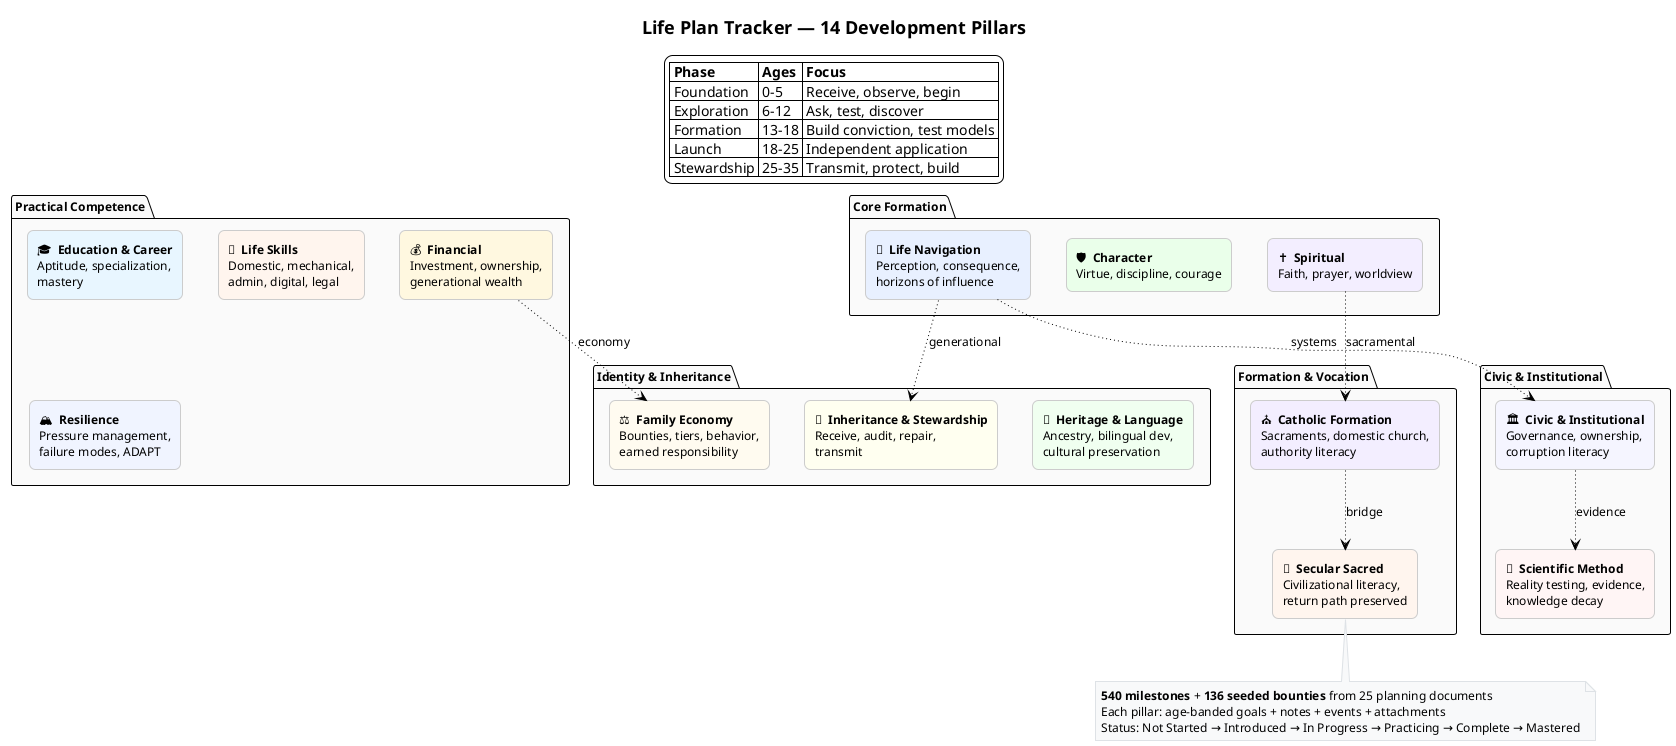
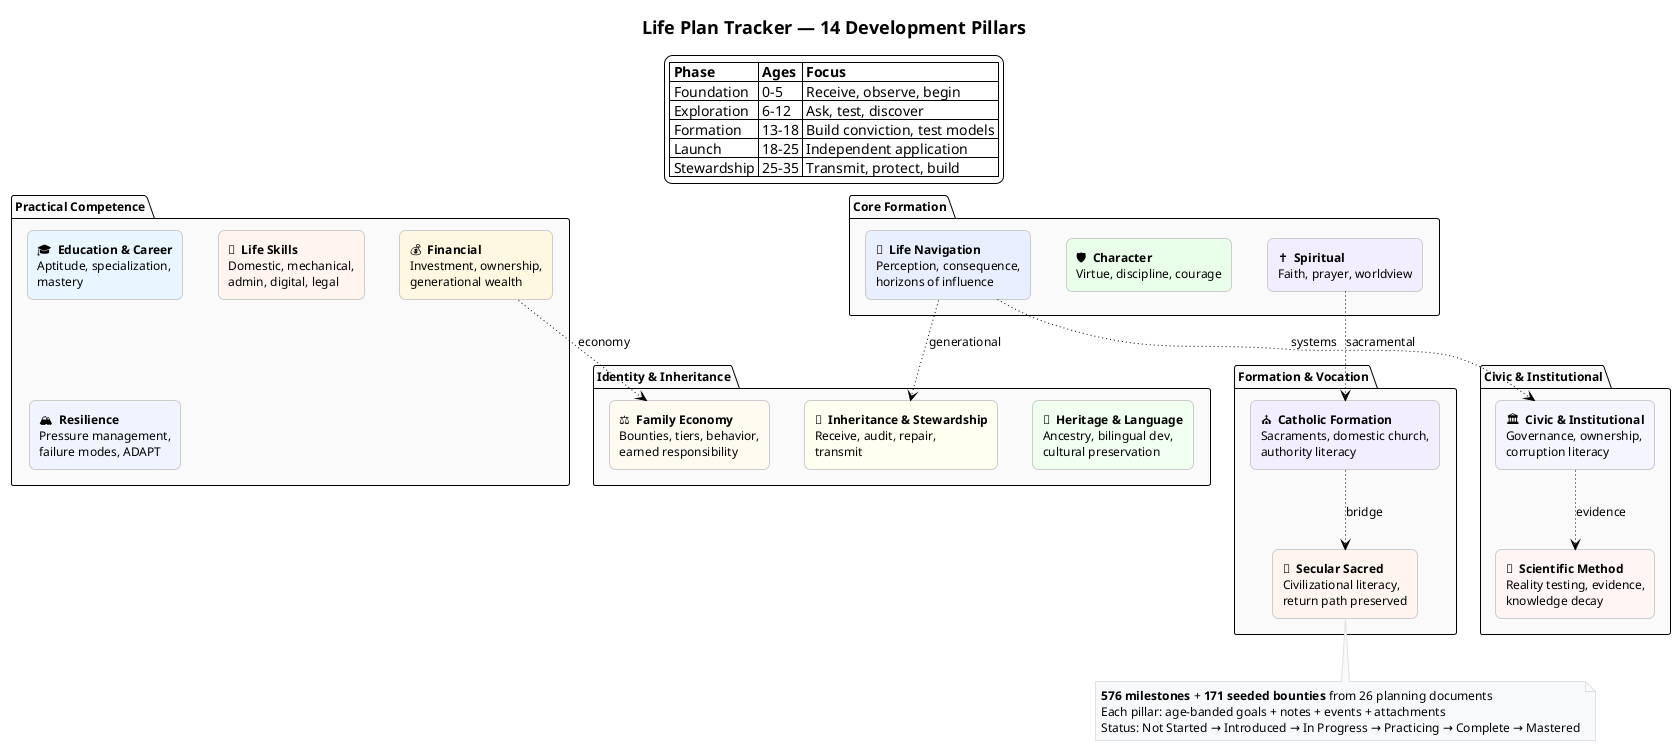
@startuml pillars_all
!theme plain
skinparam backgroundColor #FFFFFF
skinparam defaultFontSize 12
skinparam defaultFontName "Segoe UI, Helvetica, Arial, sans-serif"
skinparam titleFontSize 18
skinparam titleFontStyle bold
skinparam rectangle {
  roundCorner 12
  shadowing false
  borderColor #CCCCCC
}
skinparam note {
  backgroundColor #F8F9FA
  borderColor #DEE2E6
}

title Life Plan Tracker — 14 Development Pillars

legend top center
  |= Phase |= Ages |= Focus |
  | Foundation | 0–5 | Receive, observe, begin |
  | Exploration | 6–12 | Ask, test, discover |
  | Formation | 13–18 | Build conviction, test models |
  | Launch | 18–25 | Independent application |
  | Stewardship | 25–35 | Transmit, protect, build |
end legend

package "Core Formation" as core #FAFAFA {
  rectangle "✝️  **Spiritual**\nFaith, prayer, worldview" as sp #F3EEFF
  rectangle "🛡️  **Character**\nVirtue, discipline, courage" as ch #EAFFEA
  rectangle "🧭  **Life Navigation**\nPerception, consequence,\nhorizons of influence" as dn #E8F0FF
}

package "Practical Competence" as prac #FAFAFA {
  rectangle "💰  **Financial**\nInvestment, ownership,\ngenerational wealth" as fi #FFF8E0
  rectangle "🎓  **Education & Career**\nAptitude, specialization,\nmastery" as ed #E8F6FF
  rectangle "🔧  **Life Skills**\nDomestic, mechanical,\nadmin, digital, legal" as ls #FFF5EE
  rectangle "🏔️  **Resilience**\nPressure management,\nfailure modes, ADAPT" as re #F0F4FF
}

package "Identity & Inheritance" as ident #FAFAFA {
  rectangle "🌳  **Heritage & Language**\nAncestry, bilingual dev,\ncultural preservation" as he #F0FFF0
  rectangle "📜  **Inheritance & Stewardship**\nReceive, audit, repair,\ntransmit" as is_ #FFFFF0
  rectangle "⚖️  **Family Economy**\nBounties, tiers, behavior,\nearned responsibility" as ec #FFFBF0
}

package "Civic & Institutional" as civic #FAFAFA {
  rectangle "🏛️  **Civic & Institutional**\nGovernance, ownership,\ncorruption literacy" as ci #F5F5FF
  rectangle "🔬  **Scientific Method**\nReality testing, evidence,\nknowledge decay" as sm #FFF5F5
}

package "Formation & Vocation" as form #FAFAFA {
  rectangle "⛪  **Catholic Formation**\nSacraments, domestic church,\nauthority literacy" as cf #F3EEFF
  rectangle "🌅  **Secular Sacred**\nCivilizational literacy,\nreturn path preserved" as ss #FFF5EE
}

' Relationships (subtle)
dn -[dotted]-> ci : systems
dn -[dotted]-> is_ : generational
sp -[dotted]-> cf : sacramental
cf -[dotted]-> ss : bridge
fi -[dotted]-> ec : economy
ci -[dotted]-> sm : evidence

note bottom
-   **540 milestones** + **136 seeded bounties** from 25 planning documents
+   **576 milestones** + **171 seeded bounties** from 26 planning documents
  Each pillar: age-banded goals + notes + events + attachments
  Status: Not Started → Introduced → In Progress → Practicing → Complete → Mastered
end note
@enduml
